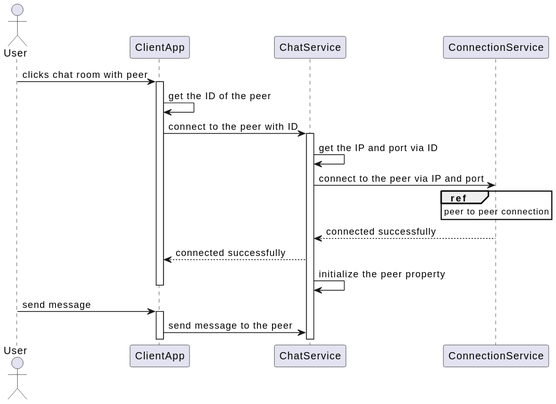
Before: diagrams/lan-messaging.svg, a diagram exported from PlantUML (SAPOT-System/YLP-software).
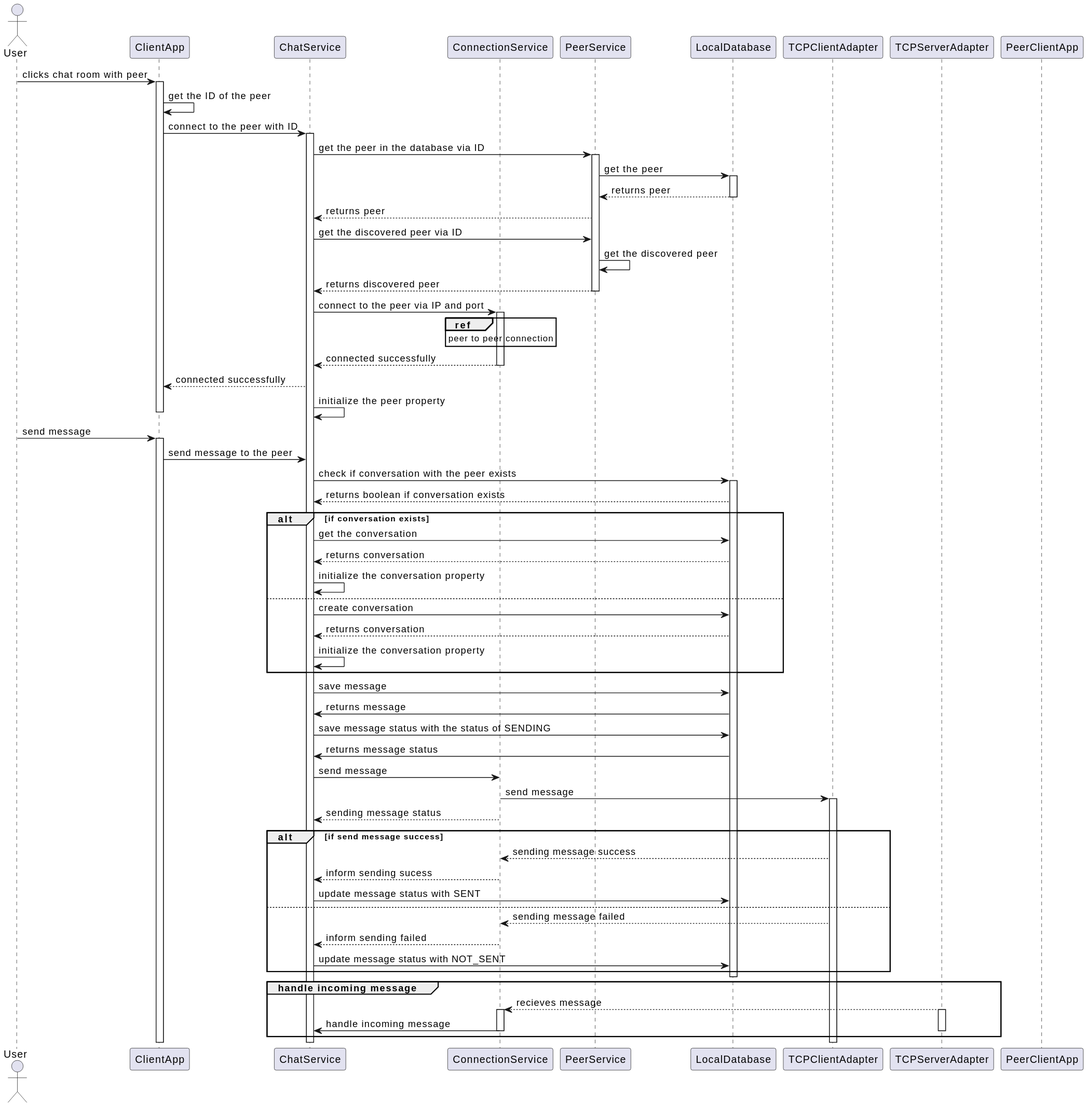
Later version of the same file.

Commit message:
Auto-generate PlantUML SVG diagrams

The edit, as a diff of the source:
```diff
@@ -3,16 +3,36 @@
 participant ClientApp
 participant ChatService
 participant ConnectionService
+participant PeerService
+participant LocalDatabase
+participant TCPClientAdapter
+participant TCPServerAdapter
+participant PeerClientApp
 
 User -> ClientApp: clicks chat room with peer
 activate ClientApp
 ClientApp -> ClientApp: get the ID of the peer
 ClientApp -> ChatService: connect to the peer with ID
 activate ChatService
-ChatService -> ChatService: get the IP and port via ID
+ChatService -> PeerService: get the peer in the database via ID
+
+activate PeerService
+PeerService -> LocalDatabase: get the peer
+activate LocalDatabase
+LocalDatabase --> PeerService: returns peer
+deactivate LocalDatabase
+PeerService--> ChatService: returns peer
+
+ChatService -> PeerService: get the discovered peer via ID
+PeerService -> PeerService: get the discovered peer
+PeerService --> ChatService: returns discovered peer
+deactivate PeerService
+
 ChatService -> ConnectionService: connect to the peer via IP and port
+activate ConnectionService
 ref over ConnectionService : peer to peer connection
 ConnectionService --> ChatService: connected successfully
+deactivate ConnectionService
 ChatService --> ClientApp: connected successfully
 ChatService->ChatService: initialize the peer property
 deactivate ClientApp
@@ -20,4 +40,46 @@
 User -> ClientApp: send message
 activate ClientApp
 ClientApp -> ChatService: send message to the peer
+ChatService->LocalDatabase: check if conversation with the peer exists
+activate LocalDatabase
+LocalDatabase-->ChatService: returns boolean if conversation exists
+alt if conversation exists
+    ChatService->LocalDatabase: get the conversation
+    LocalDatabase-->ChatService: returns conversation
+    ChatService->ChatService: initialize the conversation property
+else
+    ChatService->LocalDatabase: create conversation
+    LocalDatabase-->ChatService: returns conversation
+    ChatService->ChatService: initialize the conversation property
+end
+
+ChatService->LocalDatabase: save message
+LocalDatabase->ChatService: returns message
+ChatService->LocalDatabase: save message status with the status of SENDING
+LocalDatabase->ChatService: returns message status
+
+ChatService->ConnectionService: send message
+ConnectionService->TCPClientAdapter: send message
+activate TCPClientAdapter
+ConnectionService-->ChatService: sending message status
+alt if send message success
+    TCPClientAdapter-->ConnectionService: sending message success
+    ConnectionService-->ChatService: inform sending sucess
+    ChatService->LocalDatabase: update message status with SENT
+else
+    TCPClientAdapter-->ConnectionService: sending message failed
+    ConnectionService-->ChatService: inform sending failed
+    ChatService->LocalDatabase: update message status with NOT_SENT
+end
+deactivate LocalDatabase
+
+group handle incoming message
+TCPServerAdapter-->ConnectionService: recieves message
+activate TCPServerAdapter
+activate ConnectionService
+ConnectionService->ChatService: handle incoming message
+
+deactivate ConnectionService
+deactivate TCPServerAdapter
+end
 @enduml
```
